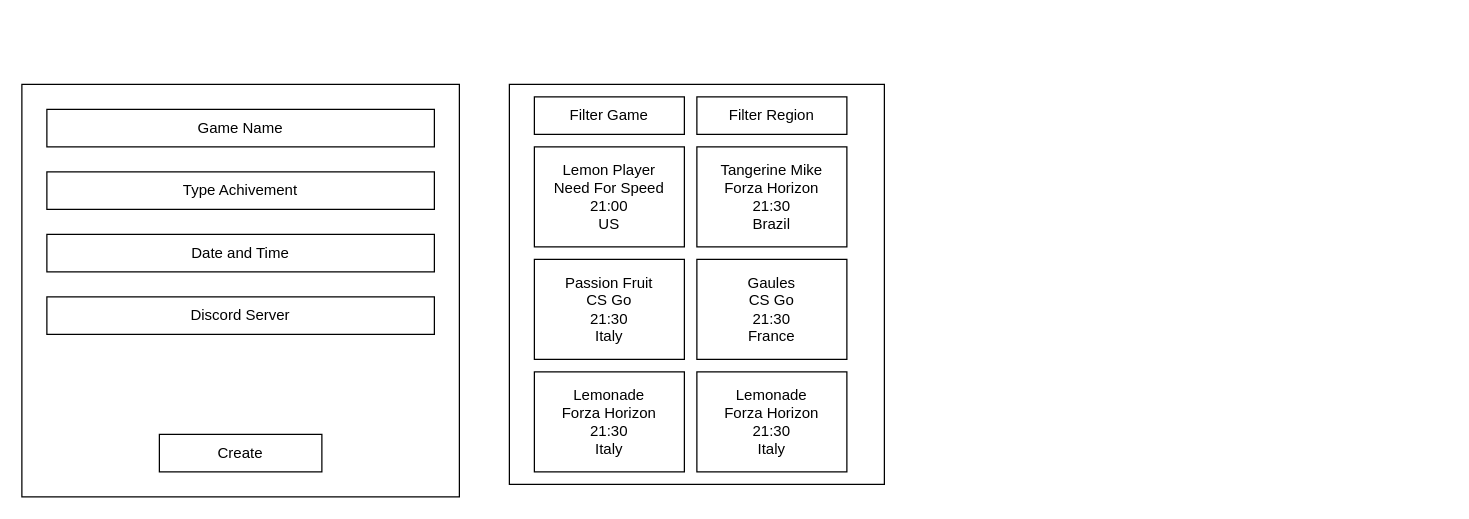
Earlier version of the draw.io diagram Untitled Diagram.drawio (ricardodemauro/20533-bfbiz). Source tidied: cells renumbered, new cells numbered last; positions are measured from the earlier drawing's top-left corner, leaving out a move shared by most shapes. Both pictures are drawn from the tidied source at 125%, with x=0, y=0 at pixel (21, 84).
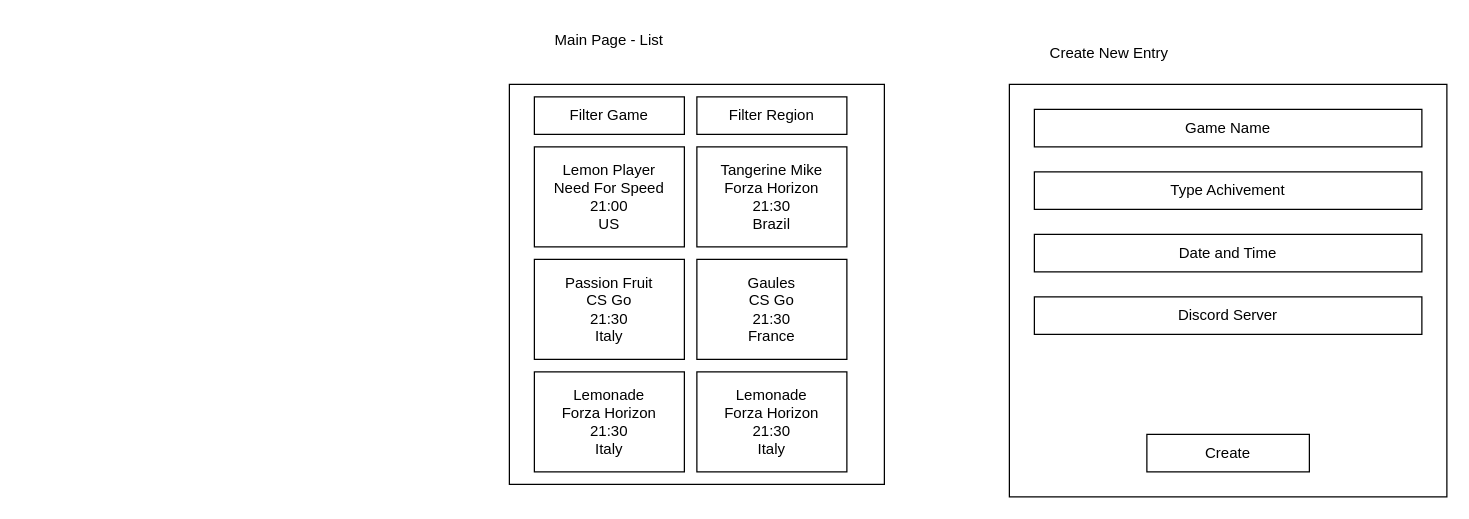
The same diagram, later.

Change to the diagram source:
```diff
@@
 <mxGraphModel>
   <root>
     <mxCell id="0" />
     <mxCell id="1" parent="0" />
     <mxCell id="2" style="rounded=0;whiteSpace=wrap;html=1;" parent="1" vertex="1">
-      <mxGeometry width="350" height="330" as="geometry" />
+      <mxGeometry x="790" width="350" height="330" as="geometry" />
     </mxCell>
     <mxCell id="3" value="Game Name" style="rounded=0;whiteSpace=wrap;html=1;" parent="1" vertex="1">
-      <mxGeometry x="20" y="20" width="310" height="30" as="geometry" />
+      <mxGeometry x="810" y="20" width="310" height="30" as="geometry" />
     </mxCell>
     <mxCell id="4" value="Type Achivement" style="rounded=0;whiteSpace=wrap;html=1;" parent="1" vertex="1">
-      <mxGeometry x="20" y="70" width="310" height="30" as="geometry" />
+      <mxGeometry x="810" y="70" width="310" height="30" as="geometry" />
     </mxCell>
     <mxCell id="5" value="Date and Time" style="rounded=0;whiteSpace=wrap;html=1;" parent="1" vertex="1">
-      <mxGeometry x="20" y="120" width="310" height="30" as="geometry" />
+      <mxGeometry x="810" y="120" width="310" height="30" as="geometry" />
     </mxCell>
     <mxCell id="6" value="Discord Server" style="rounded=0;whiteSpace=wrap;html=1;" parent="1" vertex="1">
-      <mxGeometry x="20" y="170" width="310" height="30" as="geometry" />
+      <mxGeometry x="810" y="170" width="310" height="30" as="geometry" />
     </mxCell>
     <mxCell id="7" value="Create" style="rounded=0;whiteSpace=wrap;html=1;" parent="1" vertex="1">
-      <mxGeometry x="110" y="280" width="130" height="30" as="geometry" />
+      <mxGeometry x="900" y="280" width="130" height="30" as="geometry" />
     </mxCell>
     <mxCell id="8" style="rounded=0;whiteSpace=wrap;html=1;" parent="1" vertex="1">
       <mxGeometry x="390" width="300" height="320" as="geometry" />
     </mxCell>
     <mxCell id="9" value="Lemon Player&lt;br&gt;Need For Speed&lt;br&gt;21:00&lt;br&gt;US" style="rounded=0;whiteSpace=wrap;html=1;" parent="1" vertex="1">
       <mxGeometry x="410" y="50" width="120" height="80" as="geometry" />
     </mxCell>
     <mxCell id="10" value="Tangerine Mike&lt;br&gt;Forza Horizon&lt;br&gt;21:30&lt;br&gt;Brazil" style="rounded=0;whiteSpace=wrap;html=1;" parent="1" vertex="1">
       <mxGeometry x="540" y="50" width="120" height="80" as="geometry" />
     </mxCell>
     <mxCell id="11" value="Passion Fruit&lt;br&gt;CS Go&lt;br&gt;21:30&lt;br&gt;Italy" style="rounded=0;whiteSpace=wrap;html=1;" parent="1" vertex="1">
       <mxGeometry x="410" y="140" width="120" height="80" as="geometry" />
     </mxCell>
     <mxCell id="12" value="Gaules&lt;br&gt;CS Go&lt;br&gt;21:30&lt;br&gt;France" style="rounded=0;whiteSpace=wrap;html=1;" parent="1" vertex="1">
       <mxGeometry x="540" y="140" width="120" height="80" as="geometry" />
     </mxCell>
     <mxCell id="13" value="Lemonade&lt;br&gt;Forza Horizon&lt;br&gt;21:30&lt;br&gt;Italy" style="rounded=0;whiteSpace=wrap;html=1;" parent="1" vertex="1">
       <mxGeometry x="410" y="230" width="120" height="80" as="geometry" />
     </mxCell>
     <mxCell id="14" value="Lemonade&lt;br&gt;Forza Horizon&lt;br&gt;21:30&lt;br&gt;Italy" style="rounded=0;whiteSpace=wrap;html=1;" parent="1" vertex="1">
       <mxGeometry x="540" y="230" width="120" height="80" as="geometry" />
     </mxCell>
     <mxCell id="15" value="Filter Game" style="rounded=0;whiteSpace=wrap;html=1;" parent="1" vertex="1">
       <mxGeometry x="410" y="10" width="120" height="30" as="geometry" />
     </mxCell>
     <mxCell id="16" value="Filter Region" style="rounded=0;whiteSpace=wrap;html=1;" parent="1" vertex="1">
       <mxGeometry x="540" y="10" width="120" height="30" as="geometry" />
     </mxCell>
+    <mxCell id="17" value="Create New Entry" style="text;html=1;strokeColor=none;fillColor=none;align=center;verticalAlign=middle;whiteSpace=wrap;rounded=0;" parent="1" vertex="1">
+      <mxGeometry x="790" y="-40" width="160" height="30" as="geometry" />
+    </mxCell>
+    <mxCell id="18" value="Main Page - List" style="text;html=1;strokeColor=none;fillColor=none;align=center;verticalAlign=middle;whiteSpace=wrap;rounded=0;" parent="1" vertex="1">
+      <mxGeometry x="390" y="-50" width="160" height="30" as="geometry" />
+    </mxCell>
   </root>
 </mxGraphModel>
```
